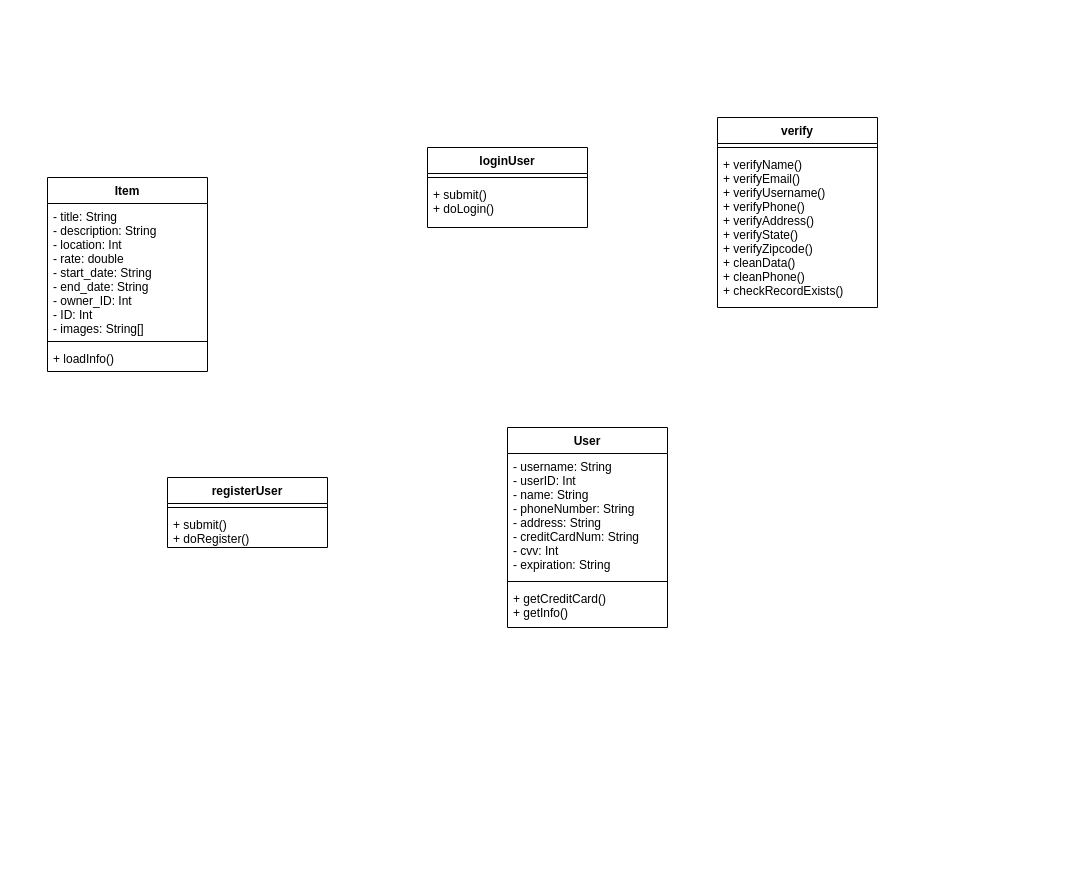
Above: docs/lender.drawio in cpt22/YouLendToMe (draw.io), before the change. Source tidied: cells renumbered, new cells numbered last; positions are measured from the earlier drawing's top-left corner, leaving out a move shared by most shapes. Both pictures are drawn from the tidied source at 100%, with x=0, y=0 at pixel (47, 117).
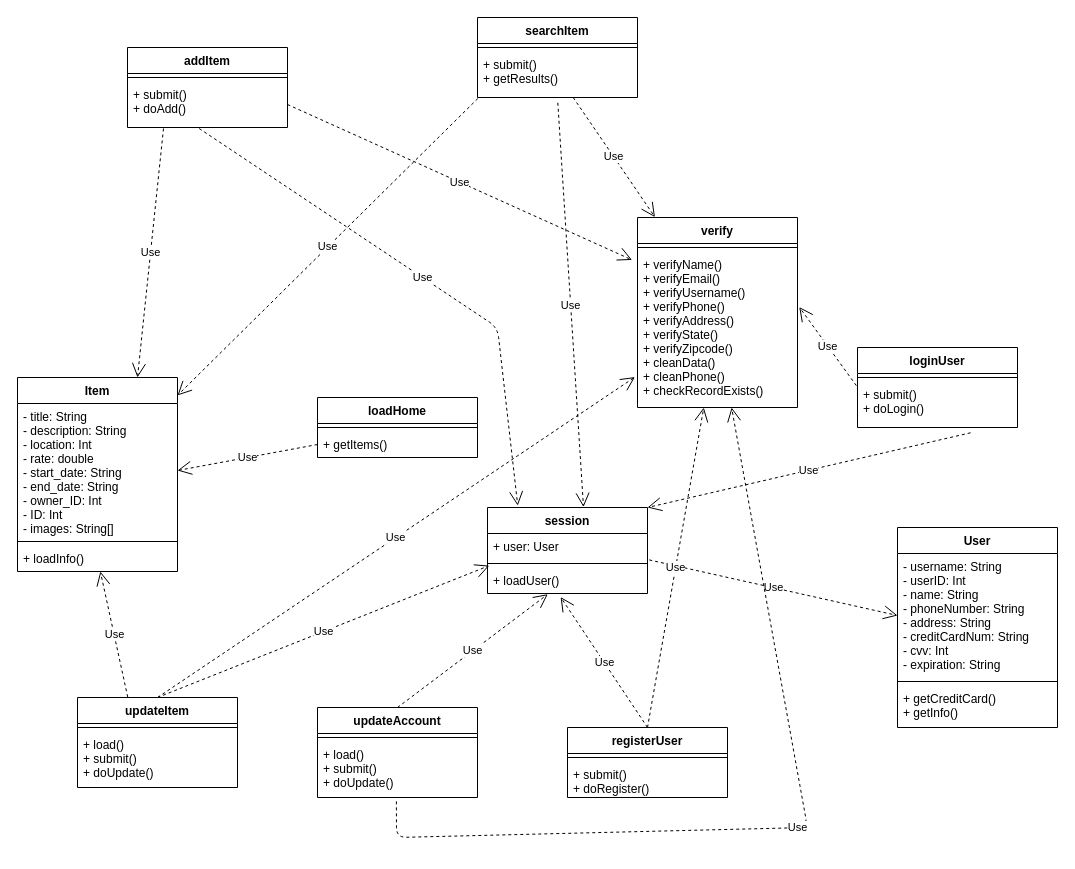
Above is the later version.

The change refers to these unchanged cells:
```xml
<mxCell id="3" value="- title: String&#10;- description: String&#10;- location: Int&#10;- rate: double&#10;- start_date: String&#10;- end_date: String&#10;- owner_ID: Int&#10;- ID: Int&#10;- images: String[]&#10;&#10;&#10;&#10;" style="text;strokeColor=none;fillColor=none;align=left;verticalAlign=top;spacingLeft=4;spacingRight=4;overflow=hidden;points=[[0,0.5],[1,0.5]];portConstraint=eastwest;" parent="2" vertex="1">
  <mxGeometry y="26" width="160" height="134" as="geometry" />
</mxCell>
<mxCell id="5" value="+ loadInfo()" style="text;strokeColor=none;fillColor=none;align=left;verticalAlign=top;spacingLeft=4;spacingRight=4;overflow=hidden;points=[[0,0.5],[1,0.5]];portConstraint=eastwest;" parent="2" vertex="1">
  <mxGeometry y="168" width="160" height="26" as="geometry" />
</mxCell>
<mxCell id="7" value="- username: String&#10;- userID: Int&#10;- name: String&#10;- phoneNumber: String&#10;- address: String&#10;- creditCardNum: String&#10;- cvv: Int&#10;- expiration: String" style="text;strokeColor=none;fillColor=none;align=left;verticalAlign=top;spacingLeft=4;spacingRight=4;overflow=hidden;points=[[0,0.5],[1,0.5]];portConstraint=eastwest;" parent="6" vertex="1">
  <mxGeometry y="26" width="160" height="124" as="geometry" />
</mxCell>
<mxCell id="12" value="+ submit()&#10;+ doLogin()" style="text;strokeColor=none;fillColor=none;align=left;verticalAlign=top;spacingLeft=4;spacingRight=4;overflow=hidden;points=[[0,0.5],[1,0.5]];portConstraint=eastwest;" parent="10" vertex="1">
  <mxGeometry y="34" width="160" height="46" as="geometry" />
</mxCell>
<mxCell id="18" value="+ verifyName()&#10;+ verifyEmail()&#10;+ verifyUsername()&#10;+ verifyPhone()&#10;+ verifyAddress()&#10;+ verifyState()&#10;+ verifyZipcode()&#10;+ cleanData()&#10;+ cleanPhone()&#10;+ checkRecordExists()" style="text;strokeColor=none;fillColor=none;align=left;verticalAlign=top;spacingLeft=4;spacingRight=4;overflow=hidden;points=[[0,0.5],[1,0.5]];portConstraint=eastwest;" parent="16" vertex="1">
  <mxGeometry y="34" width="160" height="156" as="geometry" />
</mxCell>
```

What changed in the source:
```diff
@@
     <mxCell id="2" value="Item" style="swimlane;fontStyle=1;align=center;verticalAlign=top;horizontal=1;startSize=26;" parent="1" vertex="1">
-      <mxGeometry y="60" width="160" height="194" as="geometry" />
+      <mxGeometry x="-30" y="260" width="160" height="194" as="geometry" />
     </mxCell>
@@
     <mxCell id="6" value="User" style="swimlane;fontStyle=1;align=center;verticalAlign=top;horizontal=1;startSize=26;" parent="1" vertex="1">
-      <mxGeometry x="460" y="310" width="160" height="200" as="geometry" />
+      <mxGeometry x="850" y="410" width="160" height="200" as="geometry" />
     </mxCell>
@@
     <mxCell id="10" value="loginUser" style="swimlane;fontStyle=1;align=center;verticalAlign=top;horizontal=1;startSize=26;" parent="1" vertex="1">
-      <mxGeometry x="380" y="30" width="160" height="80" as="geometry" />
+      <mxGeometry x="810" y="230" width="160" height="80" as="geometry" />
     </mxCell>
@@
     <mxCell id="13" value="registerUser" style="swimlane;fontStyle=1;align=center;verticalAlign=top;horizontal=1;startSize=26;" parent="1" vertex="1">
-      <mxGeometry x="120" y="360" width="160" height="70" as="geometry" />
+      <mxGeometry x="520" y="610" width="160" height="70" as="geometry" />
     </mxCell>
@@
     <mxCell id="16" value="verify" style="swimlane;fontStyle=1;align=center;verticalAlign=top;horizontal=1;startSize=26;" parent="1" vertex="1">
-      <mxGeometry x="670" width="160" height="190" as="geometry" />
+      <mxGeometry x="590" y="100" width="160" height="190" as="geometry" />
     </mxCell>
@@
+    <mxCell id="19" value="updateAccount&#10;" style="swimlane;fontStyle=1;align=center;verticalAlign=top;horizontal=1;startSize=26;" parent="1" vertex="1">
+      <mxGeometry x="270" y="590" width="160" height="90" as="geometry" />
+    </mxCell>
+    <mxCell id="20" style="line;strokeWidth=1;fillColor=none;align=left;verticalAlign=middle;spacingTop=-1;spacingLeft=3;spacingRight=3;labelPosition=right;" parent="19" vertex="1">
+      <mxGeometry y="26" width="160" height="8" as="geometry" />
+    </mxCell>
+    <mxCell id="21" value="+ load()&#10;+ submit()&#10;+ doUpdate()" style="text;strokeColor=none;fillColor=none;align=left;verticalAlign=top;spacingLeft=4;spacingRight=4;overflow=hidden;points=[[0,0.5],[1,0.5]];portConstraint=eastwest;" parent="19" vertex="1">
+      <mxGeometry y="34" width="160" height="56" as="geometry" />
+    </mxCell>
+    <mxCell id="22" value="updateItem" style="swimlane;fontStyle=1;align=center;verticalAlign=top;horizontal=1;startSize=26;" parent="1" vertex="1">
+      <mxGeometry x="30" y="580" width="160" height="90" as="geometry" />
+    </mxCell>
+    <mxCell id="23" style="line;strokeWidth=1;fillColor=none;align=left;verticalAlign=middle;spacingTop=-1;spacingLeft=3;spacingRight=3;labelPosition=right;" parent="22" vertex="1">
+      <mxGeometry y="26" width="160" height="8" as="geometry" />
+    </mxCell>
+    <mxCell id="24" value="+ load()&#10;+ submit()&#10;+ doUpdate()" style="text;strokeColor=none;fillColor=none;align=left;verticalAlign=top;spacingLeft=4;spacingRight=4;overflow=hidden;" parent="22" vertex="1">
+      <mxGeometry y="34" width="160" height="56" as="geometry" />
+    </mxCell>
+    <mxCell id="25" value="addItem" style="swimlane;fontStyle=1;align=center;verticalAlign=top;horizontal=1;startSize=26;" parent="1" vertex="1">
+      <mxGeometry x="80" y="-70" width="160" height="80" as="geometry" />
+    </mxCell>
+    <mxCell id="26" style="line;strokeWidth=1;fillColor=none;align=left;verticalAlign=middle;spacingTop=-1;spacingLeft=3;spacingRight=3;labelPosition=right;" parent="25" vertex="1">
+      <mxGeometry y="26" width="160" height="8" as="geometry" />
+    </mxCell>
+    <mxCell id="27" value="+ submit()&#10;+ doAdd()&#10;" style="text;strokeColor=none;fillColor=none;align=left;verticalAlign=top;spacingLeft=4;spacingRight=4;overflow=hidden;points=[[0,0.5],[1,0.5]];portConstraint=eastwest;" parent="25" vertex="1">
+      <mxGeometry y="34" width="160" height="46" as="geometry" />
+    </mxCell>
+    <mxCell id="28" value="session" style="swimlane;fontStyle=1;align=center;verticalAlign=top;horizontal=1;startSize=26;" parent="1" vertex="1">
+      <mxGeometry x="440" y="390" width="160" height="86" as="geometry" />
+    </mxCell>
+    <mxCell id="29" value="+ user: User" style="text;strokeColor=none;fillColor=none;align=left;verticalAlign=top;spacingLeft=4;spacingRight=4;overflow=hidden;points=[[0,0.5],[1,0.5]];portConstraint=eastwest;" parent="28" vertex="1">
+      <mxGeometry y="26" width="160" height="26" as="geometry" />
+    </mxCell>
+    <mxCell id="30" style="line;strokeWidth=1;fillColor=none;align=left;verticalAlign=middle;spacingTop=-1;spacingLeft=3;spacingRight=3;labelPosition=right;" parent="28" vertex="1">
+      <mxGeometry y="52" width="160" height="8" as="geometry" />
+    </mxCell>
+    <mxCell id="31" value="+ loadUser()" style="text;strokeColor=none;fillColor=none;align=left;verticalAlign=top;spacingLeft=4;spacingRight=4;overflow=hidden;points=[[0,0.5],[1,0.5]];portConstraint=eastwest;" parent="28" vertex="1">
+      <mxGeometry y="60" width="160" height="26" as="geometry" />
+    </mxCell>
+    <mxCell id="32" value="searchItem" style="swimlane;fontStyle=1;align=center;verticalAlign=top;horizontal=1;startSize=26;" parent="1" vertex="1">
+      <mxGeometry x="430" y="-100" width="160" height="80" as="geometry" />
+    </mxCell>
+    <mxCell id="33" style="line;strokeWidth=1;fillColor=none;align=left;verticalAlign=middle;spacingTop=-1;spacingLeft=3;spacingRight=3;labelPosition=right;" parent="32" vertex="1">
+      <mxGeometry y="26" width="160" height="8" as="geometry" />
+    </mxCell>
+    <mxCell id="34" value="+ submit()&#10;+ getResults()" style="text;strokeColor=none;fillColor=none;align=left;verticalAlign=top;spacingLeft=4;spacingRight=4;overflow=hidden;points=[[0,0.5],[1,0.5]];portConstraint=eastwest;" parent="32" vertex="1">
+      <mxGeometry y="34" width="160" height="46" as="geometry" />
+    </mxCell>
+    <mxCell id="35" value="loadHome" style="swimlane;fontStyle=1;align=center;verticalAlign=top;horizontal=1;startSize=26;" parent="1" vertex="1">
+      <mxGeometry x="270" y="280" width="160" height="60" as="geometry" />
+    </mxCell>
+    <mxCell id="36" style="line;strokeWidth=1;fillColor=none;align=left;verticalAlign=middle;spacingTop=-1;spacingLeft=3;spacingRight=3;labelPosition=right;" parent="35" vertex="1">
+      <mxGeometry y="26" width="160" height="8" as="geometry" />
+    </mxCell>
+    <mxCell id="37" value="+ getItems()" style="text;strokeColor=none;fillColor=none;align=left;verticalAlign=top;spacingLeft=4;spacingRight=4;overflow=hidden;points=[[0,0.5],[1,0.5]];portConstraint=eastwest;" parent="35" vertex="1">
+      <mxGeometry y="34" width="160" height="26" as="geometry" />
+    </mxCell>
+    <mxCell id="38" value="Use" style="endArrow=open;endSize=12;dashed=1;html=1;exitX=-0.007;exitY=0.09;exitDx=0;exitDy=0;entryX=1.011;entryY=0.356;entryDx=0;entryDy=0;exitPerimeter=0;entryPerimeter=0;" parent="1" edge="1" source="12" target="18">
+      <mxGeometry relative="1" as="geometry" />
+    </mxCell>
+    <mxCell id="39" value="Use" style="endArrow=open;endSize=12;dashed=1;html=1;exitX=1.011;exitY=1.016;exitDx=0;exitDy=0;exitPerimeter=0;entryX=0;entryY=0.5;entryDx=0;entryDy=0;" parent="1" edge="1" source="29" target="7">
+      <mxGeometry relative="1" as="geometry" />
+    </mxCell>
+    <mxCell id="40" value="Use" style="endArrow=open;endSize=12;dashed=1;html=1;exitX=0;exitY=0.5;exitDx=0;exitDy=0;entryX=1;entryY=0.5;entryDx=0;entryDy=0;" parent="1" edge="1" source="37" target="3">
+      <mxGeometry relative="1" as="geometry" />
+    </mxCell>
+    <mxCell id="41" value="Use" style="endArrow=open;endSize=12;dashed=1;html=1;exitX=0.5;exitY=0;exitDx=0;exitDy=0;entryX=0.457;entryY=1.137;entryDx=0;entryDy=0;entryPerimeter=0;" parent="1" edge="1" source="13" target="31">
+      <mxGeometry relative="1" as="geometry" />
+    </mxCell>
+    <mxCell id="42" value="Use" style="endArrow=open;endSize=12;dashed=1;html=1;exitX=0.5;exitY=0;exitDx=0;exitDy=0;entryX=0.377;entryY=1.027;entryDx=0;entryDy=0;entryPerimeter=0;" parent="1" edge="1" source="19" target="31">
+      <mxGeometry relative="1" as="geometry" />
+    </mxCell>
+    <mxCell id="43" value="Use" style="endArrow=open;endSize=12;dashed=1;html=1;exitX=0.5;exitY=0;exitDx=0;exitDy=0;" parent="1" edge="1" source="13" target="18">
+      <mxGeometry relative="1" as="geometry" />
+    </mxCell>
+    <mxCell id="44" value="Use" style="endArrow=open;endSize=12;dashed=1;html=1;exitX=0.493;exitY=1.069;exitDx=0;exitDy=0;exitPerimeter=0;" parent="1" edge="1" source="21" target="18">
+      <mxGeometry relative="1" as="geometry">
+        <Array as="points">
+          <mxPoint x="349" y="720" />
+          <mxPoint x="760" y="710" />
+        </Array>
+      </mxGeometry>
+    </mxCell>
+    <mxCell id="45" value="Use" style="endArrow=open;endSize=12;dashed=1;html=1;exitX=0.707;exitY=1.115;exitDx=0;exitDy=0;exitPerimeter=0;entryX=1;entryY=0;entryDx=0;entryDy=0;" parent="1" edge="1" source="12" target="28">
+      <mxGeometry relative="1" as="geometry" />
+    </mxCell>
+    <mxCell id="46" value="Use" style="endArrow=open;endSize=12;dashed=1;html=1;exitX=0.5;exitY=0;exitDx=0;exitDy=0;entryX=0.011;entryY=1.236;entryDx=0;entryDy=0;entryPerimeter=0;" parent="1" edge="1" source="22" target="29">
+      <mxGeometry relative="1" as="geometry" />
+    </mxCell>
+    <mxCell id="47" value="Use" style="endArrow=open;endSize=12;dashed=1;html=1;exitX=0.448;exitY=1.022;exitDx=0;exitDy=0;exitPerimeter=0;entryX=0.189;entryY=-0.022;entryDx=0;entryDy=0;entryPerimeter=0;" parent="1" edge="1" source="27" target="28">
+      <mxGeometry relative="1" as="geometry">
+        <Array as="points">
+          <mxPoint x="450" y="210" />
+        </Array>
+      </mxGeometry>
+    </mxCell>
+    <mxCell id="48" value="Use" style="endArrow=open;endSize=12;dashed=1;html=1;exitX=0.502;exitY=1.115;exitDx=0;exitDy=0;exitPerimeter=0;entryX=0.6;entryY=-0.005;entryDx=0;entryDy=0;entryPerimeter=0;" parent="1" edge="1" source="34" target="28">
+      <mxGeometry relative="1" as="geometry" />
+    </mxCell>
+    <mxCell id="49" value="Use" style="endArrow=open;endSize=12;dashed=1;html=1;exitX=0.002;exitY=1.022;exitDx=0;exitDy=0;exitPerimeter=0;" parent="1" edge="1" source="34" target="2">
+      <mxGeometry relative="1" as="geometry" />
+    </mxCell>
+    <mxCell id="50" value="Use" style="endArrow=open;endSize=12;dashed=1;html=1;entryX=0.109;entryY=-0.002;entryDx=0;entryDy=0;entryPerimeter=0;" parent="1" edge="1" source="34" target="16">
+      <mxGeometry relative="1" as="geometry" />
+    </mxCell>
+    <mxCell id="51" value="Use" style="endArrow=open;endSize=12;dashed=1;html=1;exitX=1;exitY=0.5;exitDx=0;exitDy=0;entryX=-0.034;entryY=0.054;entryDx=0;entryDy=0;entryPerimeter=0;" parent="1" edge="1" source="27" target="18">
+      <mxGeometry relative="1" as="geometry" />
+    </mxCell>
+    <mxCell id="52" value="Use" style="endArrow=open;endSize=12;dashed=1;html=1;exitX=0.5;exitY=0;exitDx=0;exitDy=0;entryX=-0.016;entryY=0.805;entryDx=0;entryDy=0;entryPerimeter=0;" parent="1" edge="1" source="22" target="18">
+      <mxGeometry relative="1" as="geometry" />
+    </mxCell>
+    <mxCell id="53" value="Use" style="endArrow=open;endSize=12;dashed=1;html=1;exitX=0.225;exitY=1.022;exitDx=0;exitDy=0;exitPerimeter=0;entryX=0.75;entryY=0;entryDx=0;entryDy=0;" parent="1" edge="1" source="27" target="2">
+      <mxGeometry relative="1" as="geometry" />
+    </mxCell>
+    <mxCell id="54" value="Use" style="endArrow=open;endSize=12;dashed=1;html=1;exitX=0.314;exitY=-0.005;exitDx=0;exitDy=0;exitPerimeter=0;" parent="1" edge="1" source="22" target="5">
+      <mxGeometry relative="1" as="geometry" />
+    </mxCell>
```
